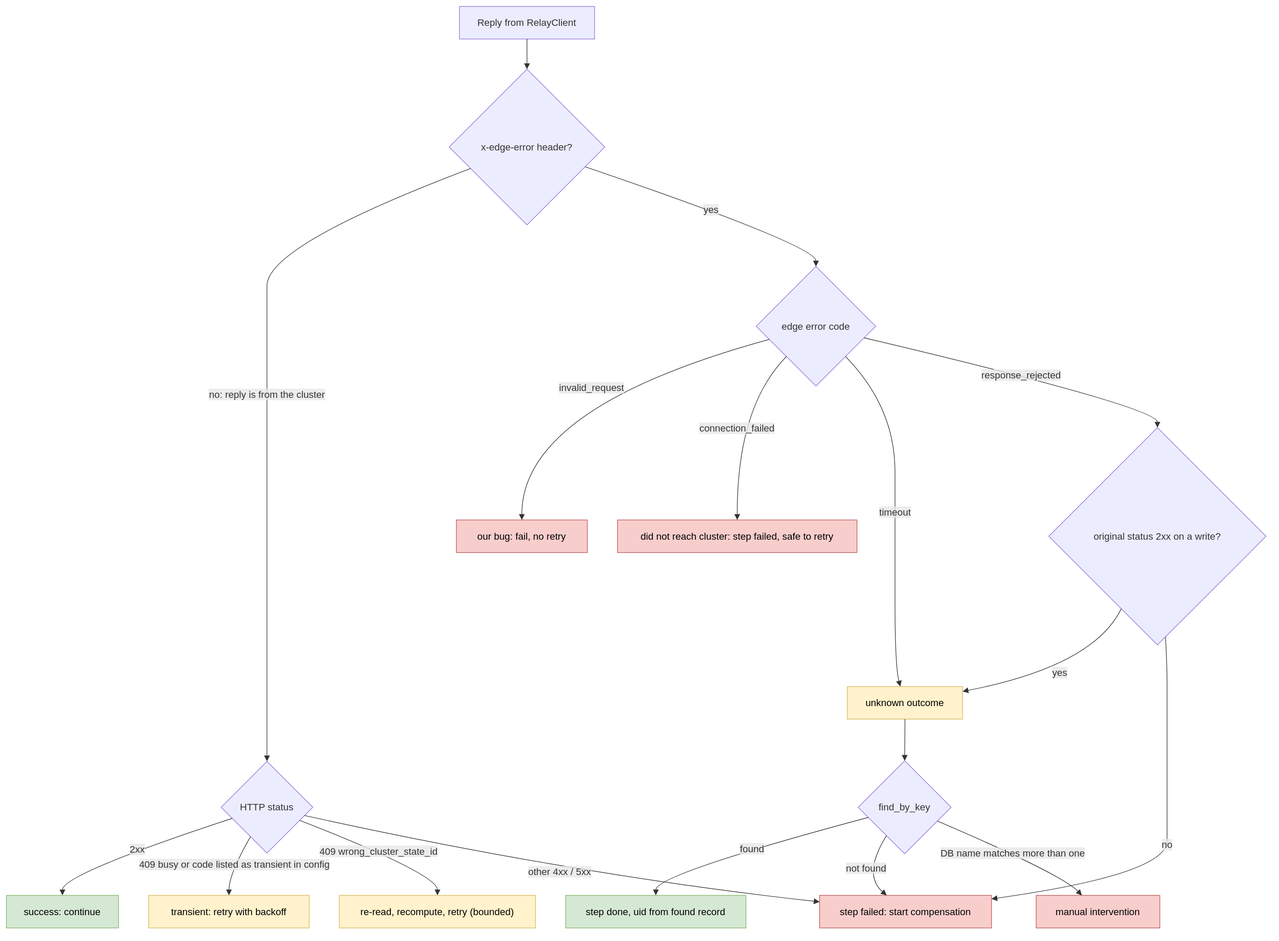
Earlier version of the draw.io export docs/dr/diagrams/11-flow-reply.drawio.svg (EliShteinman/redis-enterprise-services). Source tidied: cells renumbered, new cells last; positions are measured from the earlier drawing's top-left corner, leaving out a move shared by most shapes.
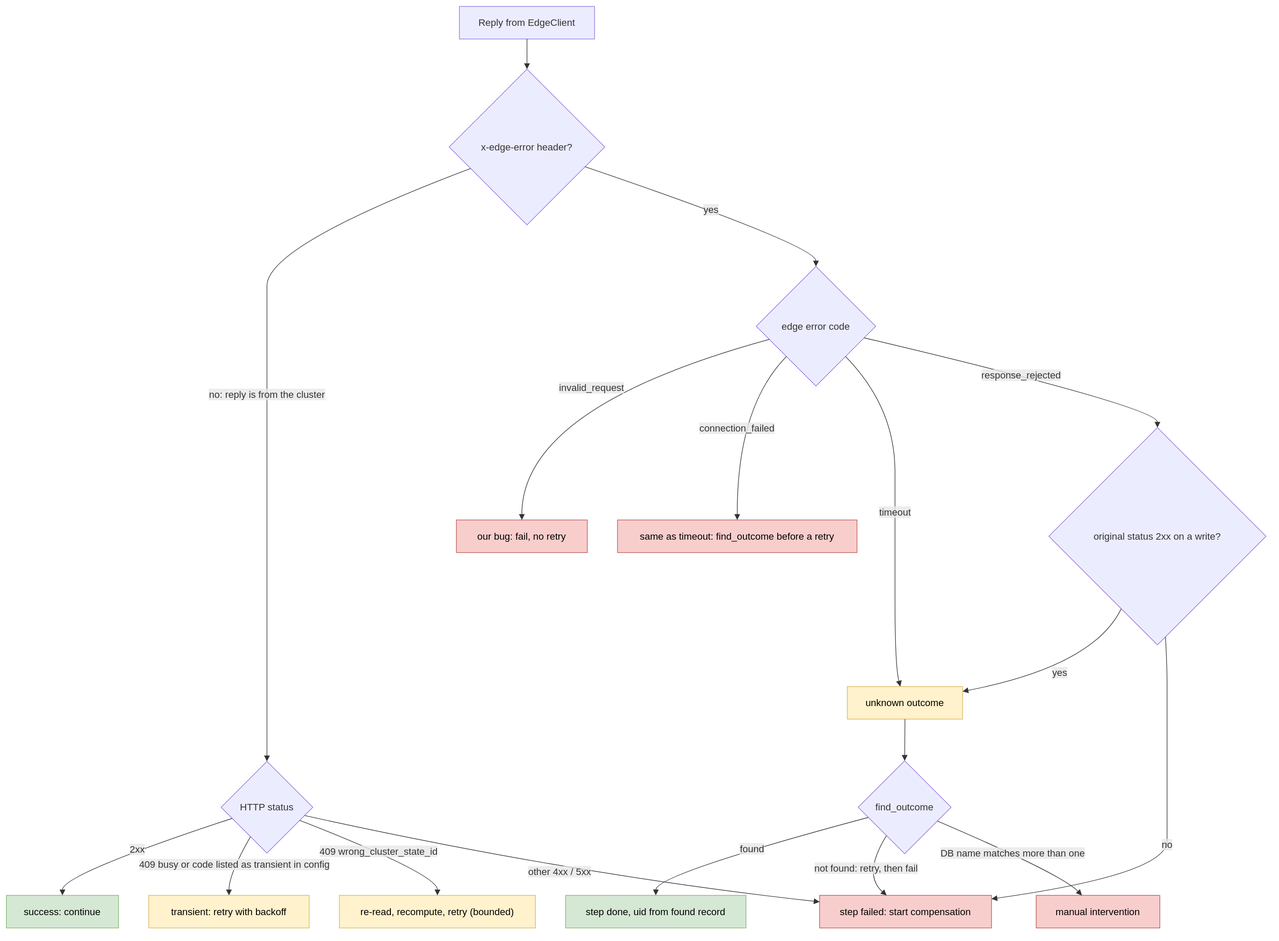
The same diagram one commit later.

The edit, as a diff of the source:
```diff
@@ -2,7 +2,7 @@
   <root>
     <mxCell id="0" />
     <mxCell id="1" parent="0" />
-    <mxCell id="2" value="Reply from RelayClient" style="html=1;whiteSpace=wrap;strokeWidth=1;fillColor=light-dark(#ECECFF,#1f2020);strokeColor=light-dark(#9370DB,#cccccc);fontColor=light-dark(#333333,#cccccc);fontFamily=Trebuchet MS,Verdana,Arial,sans-serif;fontSize=16;" parent="1" vertex="1">
+    <mxCell id="2" value="Reply from EdgeClient" style="html=1;whiteSpace=wrap;strokeWidth=1;fillColor=light-dark(#ECECFF,#1f2020);strokeColor=light-dark(#9370DB,#cccccc);fontColor=light-dark(#333333,#cccccc);fontFamily=Trebuchet MS,Verdana,Arial,sans-serif;fontSize=16;" parent="1" vertex="1">
       <mxGeometry x="751" width="224" height="54" as="geometry" />
     </mxCell>
     <mxCell id="3" value="x-edge-error header?" style="rhombus;html=1;strokeWidth=1;whiteSpace=wrap;fillColor=light-dark(#ECECFF,#1f2020);strokeColor=light-dark(#9370DB,#cccccc);fontColor=light-dark(#333333,#cccccc);fontFamily=Trebuchet MS,Verdana,Arial,sans-serif;fontSize=16;" parent="1" vertex="1">
@@ -29,7 +29,7 @@
     <mxCell id="10" value="our bug: fail, no retry" style="html=1;whiteSpace=wrap;strokeWidth=1;fillColor=#f8cecc;strokeColor=#b85450;fontColor=default;fontFamily=Trebuchet MS,Verdana,Arial,sans-serif;fontSize=16;" parent="1" vertex="1">
       <mxGeometry x="746" y="851" width="217" height="54" as="geometry" />
     </mxCell>
-    <mxCell id="11" value="did not reach cluster: step failed, safe to retry" style="html=1;whiteSpace=wrap;strokeWidth=1;fillColor=#f8cecc;strokeColor=#b85450;fontColor=default;fontFamily=Trebuchet MS,Verdana,Arial,sans-serif;fontSize=16;" parent="1" vertex="1">
+    <mxCell id="11" value="same as timeout: find_outcome before a retry" style="html=1;whiteSpace=wrap;strokeWidth=1;fillColor=#f8cecc;strokeColor=#b85450;fontColor=default;fontFamily=Trebuchet MS,Verdana,Arial,sans-serif;fontSize=16;" parent="1" vertex="1">
       <mxGeometry x="1013" y="851" width="397" height="54" as="geometry" />
     </mxCell>
     <mxCell id="12" value="unknown outcome" style="html=1;whiteSpace=wrap;strokeWidth=1;fillColor=#fff2cc;strokeColor=#d6b656;fontColor=default;fontFamily=Trebuchet MS,Verdana,Arial,sans-serif;fontSize=16;" parent="1" vertex="1">
@@ -38,7 +38,7 @@
     <mxCell id="13" value="original status 2xx on a write?" style="rhombus;html=1;strokeWidth=1;whiteSpace=wrap;fillColor=light-dark(#ECECFF,#1f2020);strokeColor=light-dark(#9370DB,#cccccc);fontColor=light-dark(#333333,#cccccc);fontFamily=Trebuchet MS,Verdana,Arial,sans-serif;fontSize=16;" parent="1" vertex="1">
       <mxGeometry x="1728" y="698" width="360" height="360" as="geometry" />
     </mxCell>
-    <mxCell id="14" value="find_by_key" style="rhombus;html=1;strokeWidth=1;whiteSpace=wrap;fillColor=light-dark(#ECECFF,#1f2020);strokeColor=light-dark(#9370DB,#cccccc);fontColor=light-dark(#333333,#cccccc);fontFamily=Trebuchet MS,Verdana,Arial,sans-serif;fontSize=16;" parent="1" vertex="1">
+    <mxCell id="14" value="find_outcome" style="rhombus;html=1;strokeWidth=1;whiteSpace=wrap;fillColor=light-dark(#ECECFF,#1f2020);strokeColor=light-dark(#9370DB,#cccccc);fontColor=light-dark(#333333,#cccccc);fontFamily=Trebuchet MS,Verdana,Arial,sans-serif;fontSize=16;" parent="1" vertex="1">
       <mxGeometry x="1412" y="1250" width="154" height="154" as="geometry" />
     </mxCell>
     <mxCell id="15" value="step done, uid from found record" style="html=1;whiteSpace=wrap;strokeWidth=1;fillColor=#d5e8d4;strokeColor=#82b366;fontColor=default;fontFamily=Trebuchet MS,Verdana,Arial,sans-serif;fontSize=16;" parent="1" vertex="1">
@@ -156,7 +156,7 @@
         </Array>
       </mxGeometry>
     </mxCell>
-    <mxCell id="32" value="not found" style="curved=1;startArrow=none;endArrow=block;endSize=7;strokeColor=light-dark(#333333,#cccccc);html=1;fontSize=16;labelBackgroundColor=light-dark(#E8E8E88D,#2a2a2a8D);fontFamily=Trebuchet MS,Verdana,Arial,sans-serif;fontColor=light-dark(#333333,#cccccc);exitX=0.18;exitY=1;entryX=0.39;entryY=0;" parent="1" edge="1" source="14" target="8">
+    <mxCell id="32" value="not found: retry, then fail" style="curved=1;startArrow=none;endArrow=block;endSize=7;strokeColor=light-dark(#333333,#cccccc);html=1;fontSize=16;labelBackgroundColor=light-dark(#E8E8E88D,#2a2a2a8D);fontFamily=Trebuchet MS,Verdana,Arial,sans-serif;fontColor=light-dark(#333333,#cccccc);exitX=0.18;exitY=1;entryX=0.39;entryY=0;" parent="1" edge="1" source="14" target="8">
       <mxGeometry relative="1" as="geometry">
         <Array as="points">
           <mxPoint x="1419" y="1438" />
```
